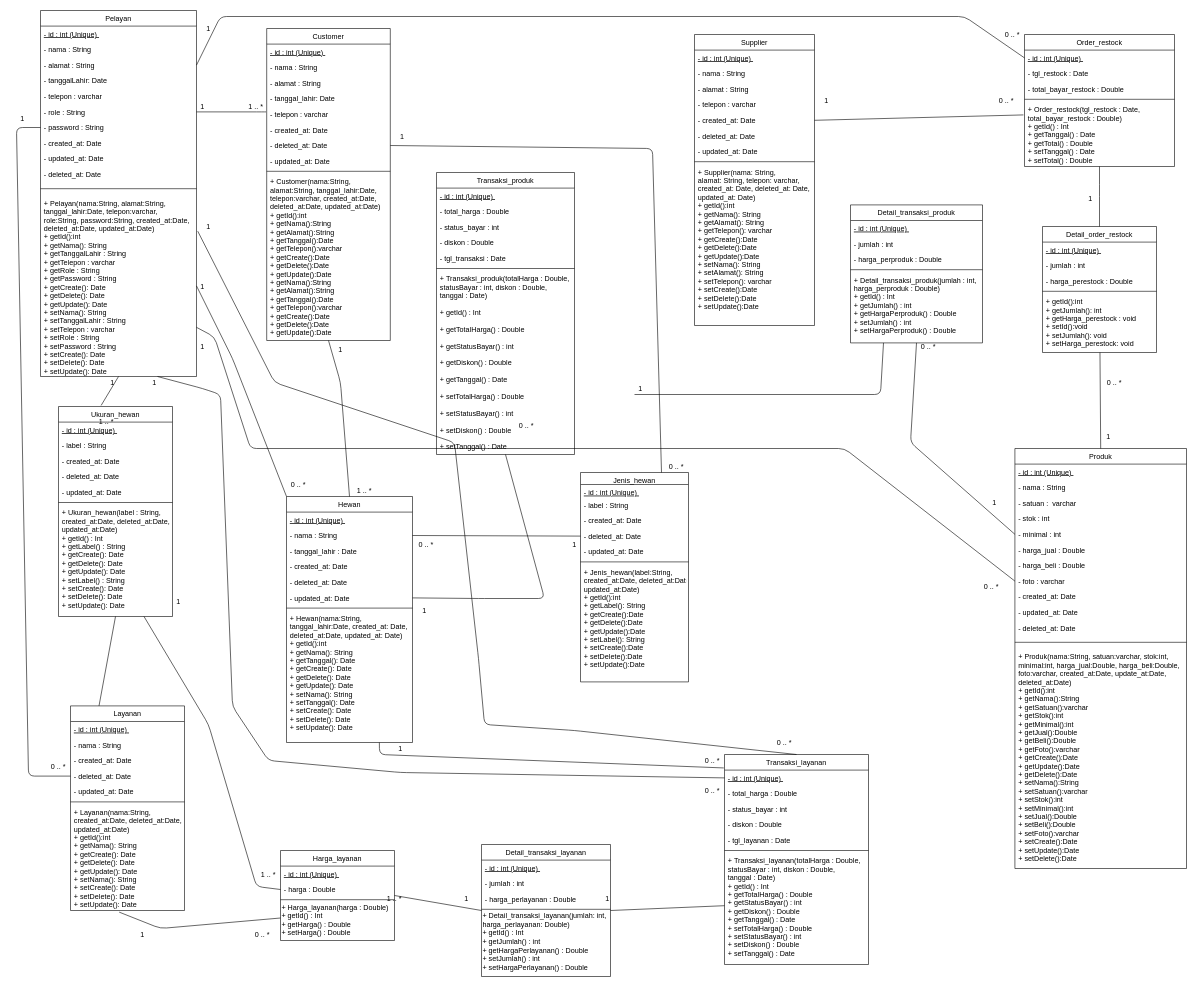
Before: class diagram p3l.drawio in agambewe/classDP3L, a draw.io diagram. Source tidied: cells renumbered, new cells numbered last; positions are measured from the earlier drawing's top-left corner, leaving out a move shared by most shapes. Both pictures are drawn from the tidied source at 60%, with x=0, y=0 at pixel (10, 10).
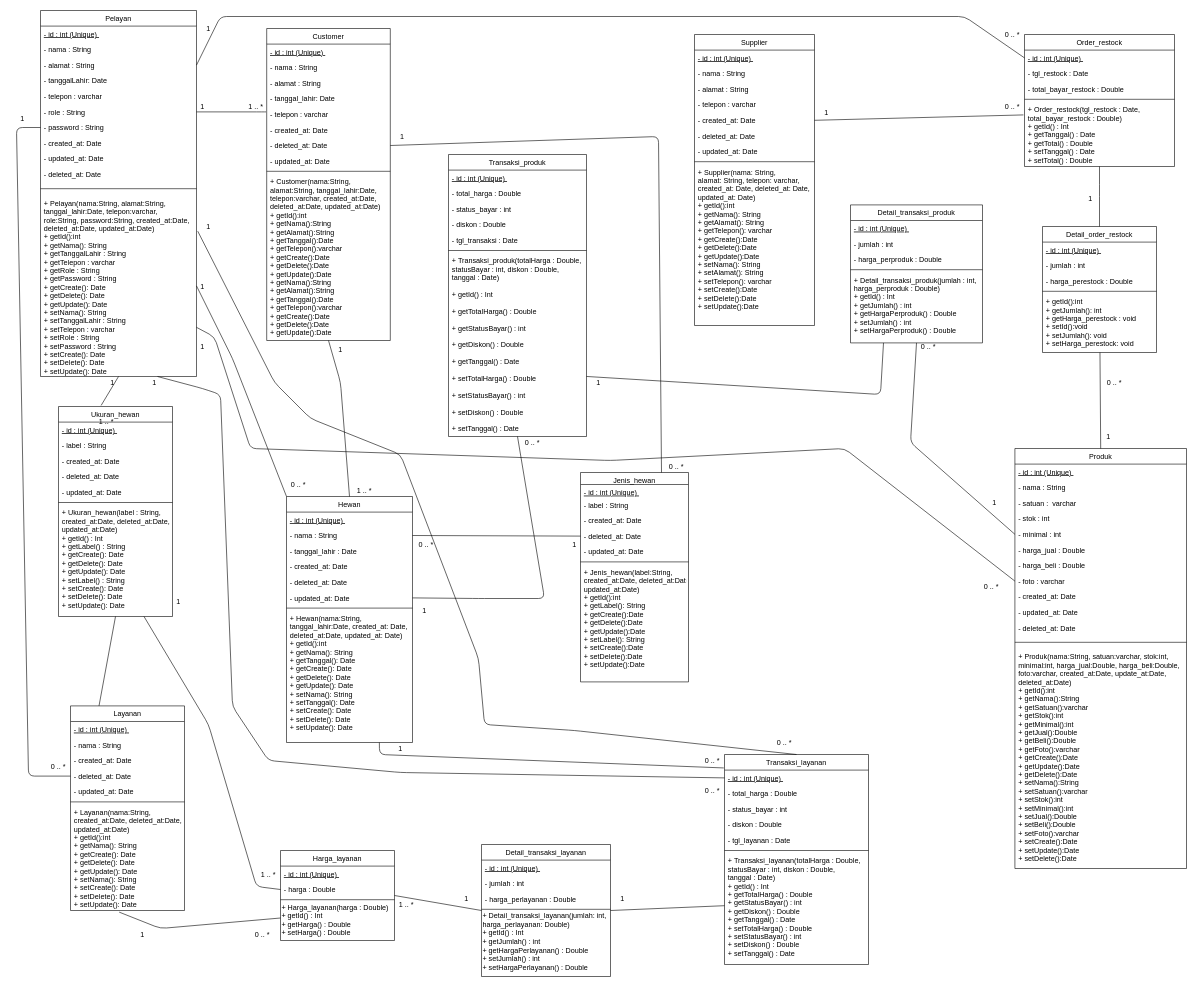
After the change.

The change refers to these unchanged cells:
```xml
<mxCell id="14" value="+ Pelayan(nama:String, alamat:String, &#10;tanggal_lahir:Date, telepon:varchar, &#10;role:String, password:String, created_at:Date,&#10;deleted_at:Date, updated_at:Date)&#10;+ getId():int&#10;+ getNama(): String&#10;+ getTanggalLahir : String&#10;+ getTelepon : varchar&#10;+ getRole : String&#10;+ getPassword : String&#10;+ getCreate(): Date&#10;+ getDelete(): Date&#10;+ getUpdate(): Date&#10;+ setNama(): String&#10;+ setTanggalLahir : String&#10;+ setTelepon : varchar&#10;+ setRole : String&#10;+ setPassword : String&#10;+ setCreate(): Date&#10;+ setDelete(): Date&#10;+ setUpdate(): Date" style="text;align=left;verticalAlign=top;spacingLeft=4;spacingRight=4;overflow=hidden;points=[[0,0.5],[1,0.5]];portConstraint=eastwest;" parent="2" vertex="1">
  <mxGeometry y="308" width="260" height="302" as="geometry" />
</mxCell>
<mxCell id="22" value="- deleted_at: Date" style="text;align=left;verticalAlign=top;spacingLeft=4;spacingRight=4;overflow=hidden;points=[[0,0.5],[1,0.5]];portConstraint=eastwest;rounded=0;shadow=0;html=0;" parent="15" vertex="1">
  <mxGeometry y="182" width="206" height="26" as="geometry" />
</mxCell>
<mxCell id="36" value="Transaksi_layanan" style="swimlane;fontStyle=0;align=center;verticalAlign=top;horizontal=1;startSize=26;rounded=0;shadow=0;strokeWidth=1;" parent="1" vertex="1">
  <mxGeometry x="1190" y="1240" width="240" height="350" as="geometry" />
</mxCell>
<mxCell id="44" value="Detail_transaksi_produk" style="swimlane;fontStyle=0;align=center;verticalAlign=top;horizontal=1;startSize=26;rounded=0;shadow=0;strokeWidth=1;" parent="1" vertex="1">
  <mxGeometry x="1400" y="324" width="220" height="230" as="geometry" />
</mxCell>
<mxCell id="70" value="- foto : varchar" style="text;align=left;verticalAlign=top;spacingLeft=4;spacingRight=4;overflow=hidden;points=[[0,0.5],[1,0.5]];portConstraint=eastwest;rounded=0;shadow=0;html=0;" parent="62" vertex="1">
  <mxGeometry y="208" width="286" height="26" as="geometry" />
</mxCell>
<mxCell id="76" value="Jenis_hewan" style="swimlane;fontStyle=0;align=center;verticalAlign=top;horizontal=1;startSize=20;rounded=0;shadow=0;strokeWidth=1;" parent="1" vertex="1">
  <mxGeometry x="950" y="770" width="180" height="349" as="geometry" />
</mxCell>
<mxCell id="127" value="+ Transaksi_produk(totalHarga : Double, &#10;statusBayar : int, diskon : Double, &#10;tanggal : Date)&#10;&#10;+ getId() : Int&#10;&#10;+ getTotalHarga() : Double&#10;&#10;+ getStatusBayar() : int&#10;&#10;+ getDiskon() : Double&#10;&#10;+ getTanggal() : Date&#10;&#10;+ setTotalHarga() : Double&#10;&#10;+ setStatusBayar() : int&#10;&#10;+ setDiskon() : Double&#10;&#10;+ setTanggal() : Date" style="text;align=left;verticalAlign=top;spacingLeft=4;spacingRight=4;overflow=hidden;points=[[0,0.5],[1,0.5]];portConstraint=eastwest;" parent="120" vertex="1">
  <mxGeometry y="164" width="230" height="306" as="geometry" />
</mxCell>
```

Diff of the diagram source:
```diff
@@
     <mxCell id="120" value="Transaksi_produk" style="swimlane;fontStyle=0;align=center;verticalAlign=top;horizontal=1;startSize=26;rounded=0;shadow=0;strokeWidth=1;" parent="1" vertex="1">
-      <mxGeometry x="710" y="270" width="230" height="470" as="geometry" />
+      <mxGeometry x="730" y="240" width="230" height="470" as="geometry" />
     </mxCell>
@@
     <mxCell id="132" style="endArrow=none;html=1;entryX=0;entryY=0.5;entryDx=0;entryDy=0;" parent="1" edge="1" source="14" target="70">
       <mxGeometry relative="1" as="geometry">
         <Array as="points">
           <mxPoint x="340" y="544" />
           <mxPoint x="400" y="730" />
+          <mxPoint x="1000" y="750" />
           <mxPoint x="1390" y="730" />
         </Array>
       </mxGeometry>
     </mxCell>
     <mxCell id="133" style="endArrow=none;html=1;exitX=1;exitY=0.5;exitDx=0;exitDy=0;entryX=0.75;entryY=0;entryDx=0;entryDy=0;" parent="1" edge="1" source="22" target="76">
       <mxGeometry relative="1" as="geometry">
         <Array as="points">
-          <mxPoint x="1070" y="230" />
+          <mxPoint x="1080" y="210" />
         </Array>
       </mxGeometry>
     </mxCell>
@@
     <mxCell id="145" style="endArrow=none;html=1;entryX=1.008;entryY=0.198;entryDx=0;entryDy=0;entryPerimeter=0;exitX=0.5;exitY=0;exitDx=0;exitDy=0;" parent="1" edge="1" source="36" target="14">
       <mxGeometry relative="1" as="geometry">
         <Array as="points">
           <mxPoint x="940" y="1200" />
           <mxPoint x="790" y="1190" />
           <mxPoint x="780" y="1080" />
-          <mxPoint x="740" y="720" />
+          <mxPoint x="650" y="740" />
+          <mxPoint x="500" y="680" />
           <mxPoint x="440" y="620" />
         </Array>
       </mxGeometry>
     </mxCell>
@@
     <mxCell id="150" value="1" style="text;html=1;strokeColor=none;fillColor=none;align=center;verticalAlign=middle;whiteSpace=wrap;rounded=0;" parent="1" vertex="1">
-      <mxGeometry x="1340" y="140" width="40" height="20" as="geometry" />
+      <mxGeometry x="1340" y="160" width="40" height="20" as="geometry" />
     </mxCell>
     <mxCell id="151" value="0 .. *" style="text;html=1;strokeColor=none;fillColor=none;align=center;verticalAlign=middle;whiteSpace=wrap;rounded=0;" parent="1" vertex="1">
-      <mxGeometry x="1640" y="140" width="40" height="20" as="geometry" />
+      <mxGeometry x="1650" y="150" width="40" height="20" as="geometry" />
     </mxCell>
@@
-    <mxCell id="165" style="endArrow=none;html=1;entryX=0.25;entryY=1;entryDx=0;entryDy=0;" parent="1" edge="1" target="44">
+    <mxCell id="165" style="endArrow=none;html=1;entryX=0.25;entryY=1;entryDx=0;entryDy=0;exitX=1;exitY=0.673;exitDx=0;exitDy=0;exitPerimeter=0;" parent="1" edge="1" source="127" target="44">
       <mxGeometry relative="1" as="geometry">
-        <mxPoint x="1040" y="640" as="sourcePoint" />
         <Array as="points">
           <mxPoint x="1450" y="640" />
         </Array>
       </mxGeometry>
     </mxCell>
     <mxCell id="166" value="1" style="text;html=1;strokeColor=none;fillColor=none;align=center;verticalAlign=middle;whiteSpace=wrap;rounded=0;" parent="1" vertex="1">
-      <mxGeometry x="1030" y="620" width="40" height="20" as="geometry" />
+      <mxGeometry x="960" y="610" width="40" height="20" as="geometry" />
     </mxCell>
@@
     <mxCell id="176" value="0 .. *" style="text;html=1;strokeColor=none;fillColor=none;align=center;verticalAlign=middle;whiteSpace=wrap;rounded=0;" parent="1" vertex="1">
-      <mxGeometry x="840" y="682" width="40" height="20" as="geometry" />
+      <mxGeometry x="850" y="710" width="40" height="20" as="geometry" />
     </mxCell>
@@
     <mxCell id="185" value="1 .. *" style="text;html=1;strokeColor=none;fillColor=none;align=center;verticalAlign=middle;whiteSpace=wrap;rounded=0;" parent="1" vertex="1">
-      <mxGeometry x="620" y="1470" width="40" height="20" as="geometry" />
+      <mxGeometry x="640" y="1480" width="40" height="20" as="geometry" />
     </mxCell>
@@
     <mxCell id="187" value="1" style="text;html=1;strokeColor=none;fillColor=none;align=center;verticalAlign=middle;whiteSpace=wrap;rounded=0;" parent="1" vertex="1">
-      <mxGeometry x="975" y="1470" width="40" height="20" as="geometry" />
+      <mxGeometry x="1000" y="1470" width="40" height="20" as="geometry" />
     </mxCell>
```
